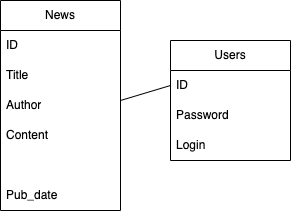
This is she_codes_news/news/static/news/images/erd.drawio.png from pauline-segi/django_news_project, a draw.io export, as it was before one commit. Source tidied: cells renumbered, new cells last; positions are measured from the earlier drawing's top-left corner, leaving out a move shared by most shapes.
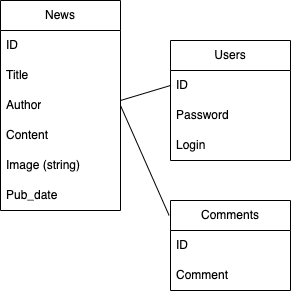
The same file after the commit.

The edit, as a diff of the source:
```diff
@@ -17,7 +17,7 @@
     <mxCell id="6" value="Content" style="text;strokeColor=none;fillColor=none;align=left;verticalAlign=middle;spacingLeft=4;spacingRight=4;overflow=hidden;whiteSpace=wrap;html=1;" parent="2" vertex="1">
       <mxGeometry y="120" width="120" height="30" as="geometry" />
     </mxCell>
-    <mxCell id="7" style="text;strokeColor=none;fillColor=none;align=left;verticalAlign=middle;spacingLeft=4;spacingRight=4;overflow=hidden;whiteSpace=wrap;html=1;" parent="2" vertex="1">
+    <mxCell id="7" value="Image (string)" style="text;strokeColor=none;fillColor=none;align=left;verticalAlign=middle;spacingLeft=4;spacingRight=4;overflow=hidden;whiteSpace=wrap;html=1;" parent="2" vertex="1">
       <mxGeometry y="150" width="120" height="30" as="geometry" />
     </mxCell>
     <mxCell id="8" value="Pub_date" style="text;strokeColor=none;fillColor=none;align=left;verticalAlign=middle;spacingLeft=4;spacingRight=4;overflow=hidden;whiteSpace=wrap;html=1;" parent="2" vertex="1">
@@ -45,5 +45,17 @@
     <mxCell id="14" value="Login" style="text;strokeColor=none;fillColor=none;align=left;verticalAlign=middle;spacingLeft=4;spacingRight=4;overflow=hidden;whiteSpace=wrap;html=1;" parent="11" vertex="1">
       <mxGeometry y="90" width="120" height="30" as="geometry" />
     </mxCell>
+    <mxCell id="15" value="Comments" style="swimlane;fontStyle=0;horizontal=1;startSize=30;whiteSpace=wrap;html=1;" parent="1" vertex="1">
+      <mxGeometry x="170" y="200" width="120" height="90" as="geometry" />
+    </mxCell>
+    <mxCell id="16" value="ID" style="text;strokeColor=none;fillColor=none;align=left;verticalAlign=middle;spacingLeft=4;spacingRight=4;overflow=hidden;whiteSpace=wrap;html=1;" parent="15" vertex="1">
+      <mxGeometry y="30" width="120" height="30" as="geometry" />
+    </mxCell>
+    <mxCell id="17" value="Comment" style="text;strokeColor=none;fillColor=none;align=left;verticalAlign=middle;spacingLeft=4;spacingRight=4;overflow=hidden;whiteSpace=wrap;html=1;" parent="15" vertex="1">
+      <mxGeometry y="60" width="120" height="30" as="geometry" />
+    </mxCell>
+    <mxCell id="18" style="endArrow=none;html=1;entryX=-0.012;entryY=0.165;entryDx=0;entryDy=0;exitX=1;exitY=0.5;exitDx=0;exitDy=0;entryPerimeter=0;" parent="1" edge="1" source="5" target="15">
+      <mxGeometry relative="1" as="geometry" />
+    </mxCell>
   </root>
 </mxGraphModel>
```
